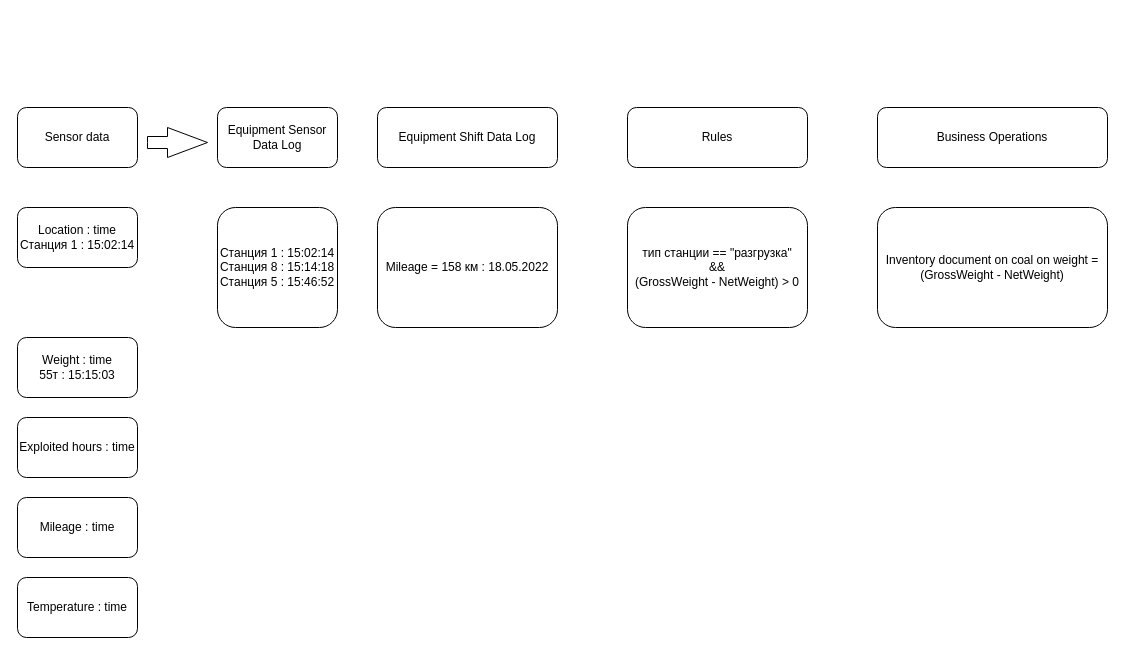
Earlier version of the draw.io diagram sensor_to_business_oper.drawio (tvolodi/abitech). Source tidied: cells renumbered, new cells numbered last; positions are measured from the earlier drawing's top-left corner, leaving out a move shared by most shapes. Both pictures are drawn from the tidied source at 100%, with x=0, y=0 at pixel (17, 107).
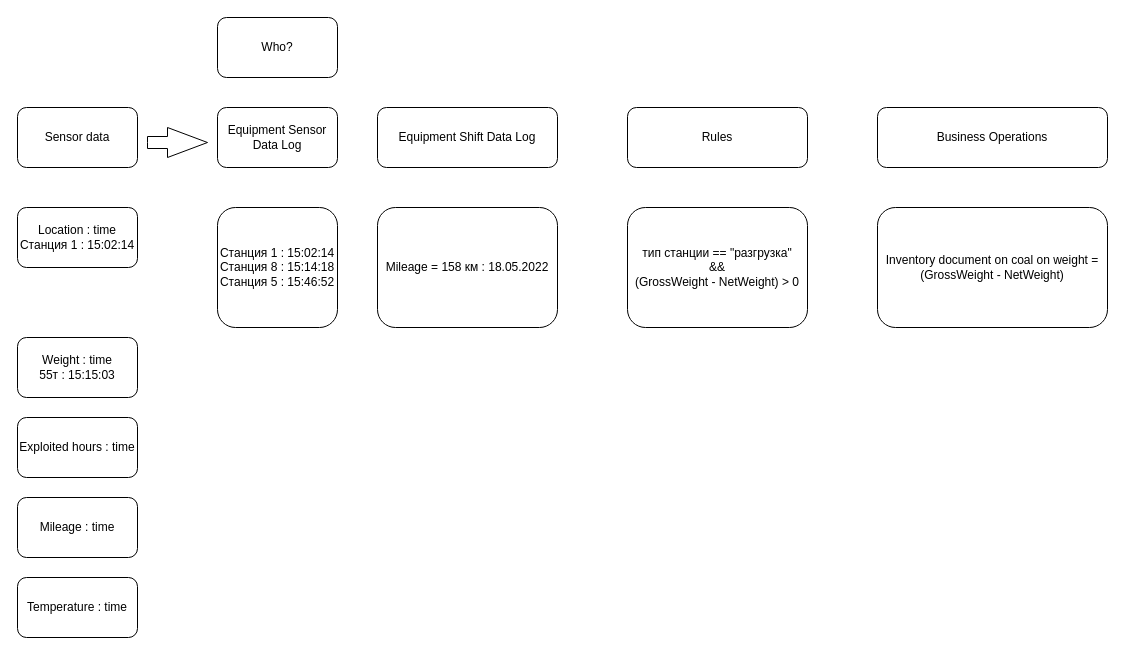
Above is the later version.

The edit, as a diff of the source:
```diff
@@
 <mxGraphModel>
   <root>
     <mxCell id="0" />
     <mxCell id="1" parent="0" />
     <mxCell id="2" value="Sensor data" style="rounded=1;whiteSpace=wrap;html=1;" parent="1" vertex="1">
       <mxGeometry width="120" height="60" as="geometry" />
     </mxCell>
     <mxCell id="3" value="Location : time&lt;br&gt;Станция 1 : 15:02:14" style="rounded=1;whiteSpace=wrap;html=1;" parent="1" vertex="1">
       <mxGeometry y="100" width="120" height="60" as="geometry" />
     </mxCell>
     <mxCell id="4" value="Weight : time&lt;br&gt;55т : 15:15:03" style="rounded=1;whiteSpace=wrap;html=1;" parent="1" vertex="1">
       <mxGeometry y="230" width="120" height="60" as="geometry" />
     </mxCell>
     <mxCell id="5" value="Exploited hours : time" style="rounded=1;whiteSpace=wrap;html=1;" parent="1" vertex="1">
       <mxGeometry y="310" width="120" height="60" as="geometry" />
     </mxCell>
     <mxCell id="6" value="Mileage : time" style="rounded=1;whiteSpace=wrap;html=1;" parent="1" vertex="1">
       <mxGeometry y="390" width="120" height="60" as="geometry" />
     </mxCell>
     <mxCell id="7" value="Temperature : time" style="rounded=1;whiteSpace=wrap;html=1;" parent="1" vertex="1">
       <mxGeometry y="470" width="120" height="60" as="geometry" />
     </mxCell>
     <mxCell id="8" value="Equipment Sensor Data Log" style="rounded=1;whiteSpace=wrap;html=1;" parent="1" vertex="1">
       <mxGeometry x="200" width="120" height="60" as="geometry" />
     </mxCell>
     <mxCell id="9" style="html=1;shadow=0;dashed=0;align=center;verticalAlign=middle;shape=mxgraph.arrows2.arrow;dy=0.6;dx=40;notch=0;" parent="1" vertex="1">
       <mxGeometry x="130" y="20" width="60" height="30" as="geometry" />
     </mxCell>
     <mxCell id="10" value="Станция 1 : 15:02:14&lt;br&gt;Станция 8 : 15:14:18&lt;br&gt;Станция 5 : 15:46:52" style="rounded=1;whiteSpace=wrap;html=1;" parent="1" vertex="1">
       <mxGeometry x="200" y="100" width="120" height="120" as="geometry" />
     </mxCell>
     <mxCell id="11" value="Rules" style="rounded=1;whiteSpace=wrap;html=1;" parent="1" vertex="1">
       <mxGeometry x="610" width="180" height="60" as="geometry" />
     </mxCell>
     <mxCell id="12" value="тип станции == &quot;разгрузка&quot;&lt;br&gt;&amp;amp;&amp;amp;&lt;br&gt;(GrossWeight - NetWeight) &amp;gt; 0" style="rounded=1;whiteSpace=wrap;html=1;" parent="1" vertex="1">
       <mxGeometry x="610" y="100" width="180" height="120" as="geometry" />
     </mxCell>
     <mxCell id="13" value="Business Operations" style="rounded=1;whiteSpace=wrap;html=1;" parent="1" vertex="1">
       <mxGeometry x="860" width="230" height="60" as="geometry" />
     </mxCell>
     <mxCell id="14" value="Inventory document on coal on weight = (GrossWeight - NetWeight)" style="rounded=1;whiteSpace=wrap;html=1;" parent="1" vertex="1">
       <mxGeometry x="860" y="100" width="230" height="120" as="geometry" />
     </mxCell>
     <mxCell id="15" value="Equipment Shift Data Log" style="rounded=1;whiteSpace=wrap;html=1;" parent="1" vertex="1">
       <mxGeometry x="360" width="180" height="60" as="geometry" />
     </mxCell>
     <mxCell id="16" value="Mileage = 158 км : 18.05.2022" style="rounded=1;whiteSpace=wrap;html=1;" parent="1" vertex="1">
       <mxGeometry x="360" y="100" width="180" height="120" as="geometry" />
     </mxCell>
+    <mxCell id="17" value="Who?" style="rounded=1;whiteSpace=wrap;html=1;" parent="1" vertex="1">
+      <mxGeometry x="200" y="-90" width="120" height="60" as="geometry" />
+    </mxCell>
   </root>
 </mxGraphModel>
```
